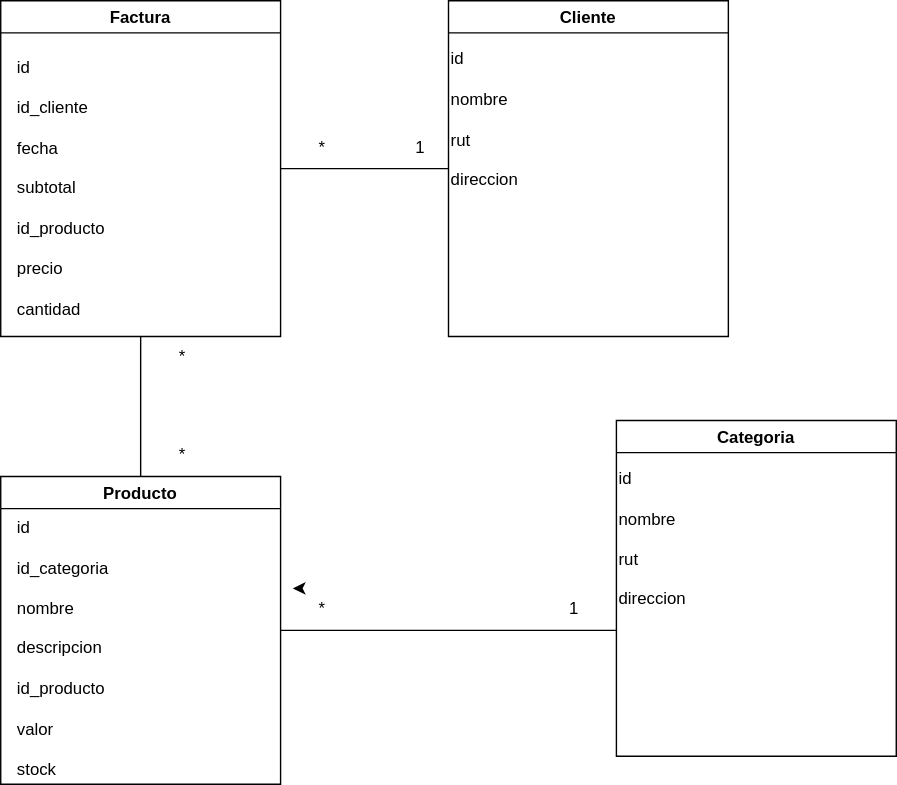
Earlier version of the draw.io export Modelo_Logico.drawio.svg (latiscool/Tienda-Electronica---LTG). Source tidied: cells renumbered, new cells last; positions are measured from the earlier drawing's top-left corner, leaving out a move shared by most shapes.
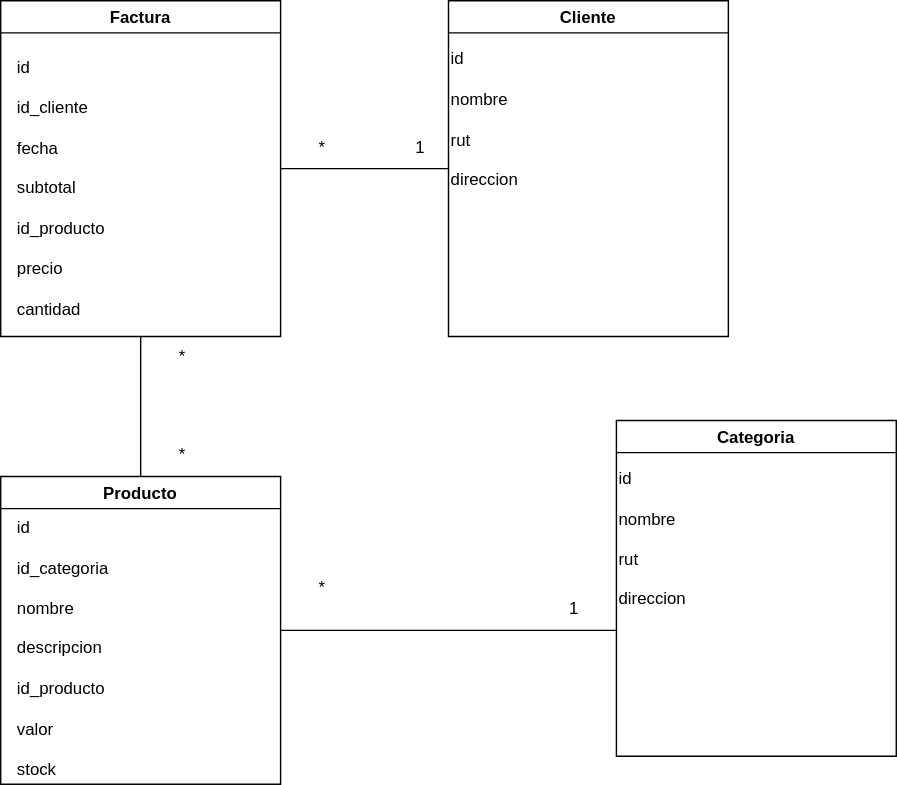
Above is the later version.

What changed in the source:
```diff
@@ -46,19 +46,16 @@
     <mxCell id="15" value="id&amp;nbsp; &amp;nbsp; &amp;nbsp; &amp;nbsp; &amp;nbsp; &amp;nbsp;&amp;nbsp;&lt;br&gt;&lt;br&gt;nombre&lt;br&gt;&lt;br&gt;rut&lt;br&gt;&lt;br&gt;direccion" style="text;html=1;strokeColor=none;fillColor=none;align=left;verticalAlign=middle;whiteSpace=wrap;rounded=0;" parent="14" vertex="1">
       <mxGeometry y="38.5" width="90" height="93" as="geometry" />
     </mxCell>
-    <mxCell id="16" value="*" style="text;html=1;strokeColor=none;fillColor=none;align=center;verticalAlign=middle;whiteSpace=wrap;rounded=0;" parent="1" vertex="1">
-      <mxGeometry x="200" y="420" width="60" height="30" as="geometry" />
-    </mxCell>
     <mxCell id="17" value="1" style="text;html=1;strokeColor=none;fillColor=none;align=center;verticalAlign=middle;whiteSpace=wrap;rounded=0;" parent="1" vertex="1">
       <mxGeometry x="380" y="420" width="60" height="30" as="geometry" />
     </mxCell>
-    <mxCell id="18" style="endArrow=none;html=1;rounded=0;exitX=0;exitY=1;exitDx=0;exitDy=0;" parent="1" edge="1" source="16">
+    <mxCell id="18" style="endArrow=none;html=1;rounded=0;exitX=1;exitY=0.5;exitDx=0;exitDy=0;" parent="1" edge="1" source="10">
       <mxGeometry relative="1" as="geometry">
         <mxPoint x="440" y="450" as="targetPoint" />
       </mxGeometry>
     </mxCell>
-    <mxCell id="19" style="edgeStyle=orthogonalEdgeStyle;rounded=0;orthogonalLoop=1;jettySize=auto;html=1;exitX=0.25;exitY=0;exitDx=0;exitDy=0;entryX=0.147;entryY=-0.007;entryDx=0;entryDy=0;entryPerimeter=0;" parent="1" edge="1" source="16" target="16">
-      <mxGeometry relative="1" as="geometry" />
-    </mxCell>
+    <mxCell id="16" value="*" style="text;html=1;strokeColor=none;fillColor=none;align=center;verticalAlign=middle;whiteSpace=wrap;rounded=0;" parent="1" vertex="1">
+      <mxGeometry x="200" y="405" width="60" height="30" as="geometry" />
+    </mxCell>
   </root>
 </mxGraphModel>
```
